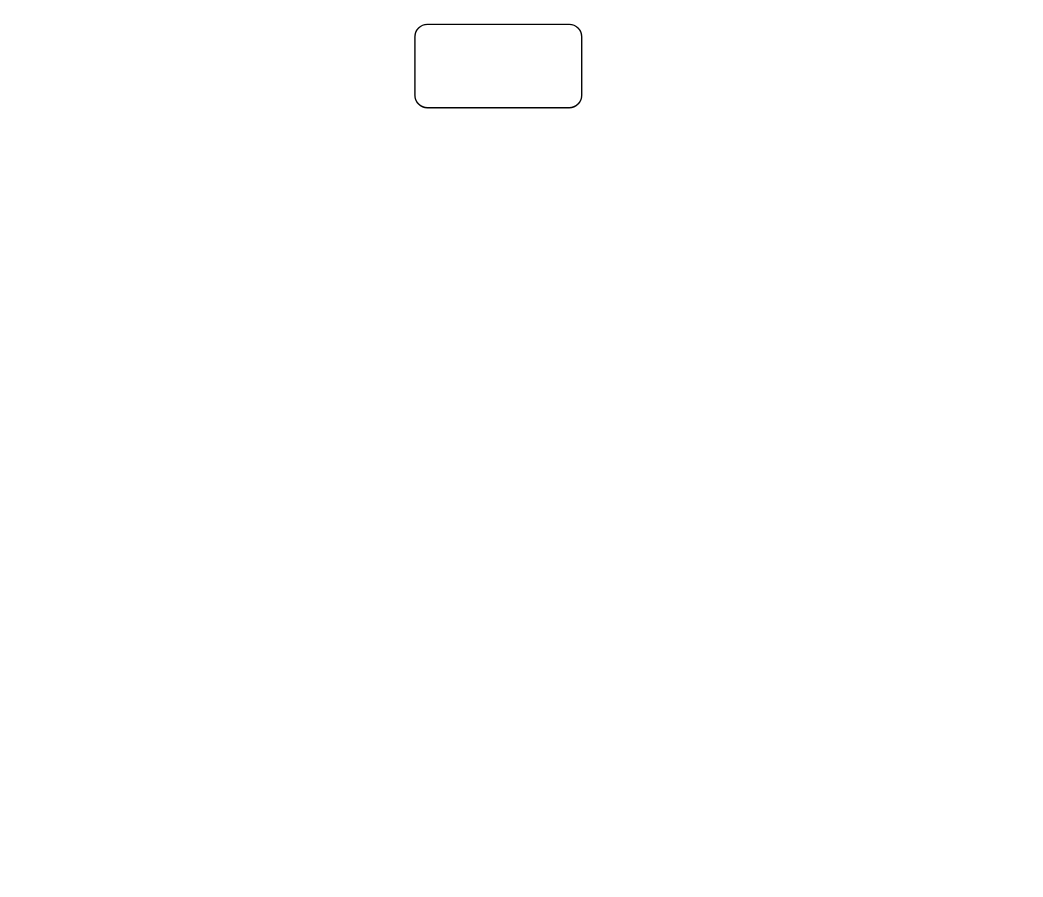
Earlier version of the draw.io diagram Design Scrap/Untitled Diagram.drawio (HarunaIppai/HarunaIppai.github.io). Source tidied: cells renumbered, new cells numbered last; positions are measured from the earlier drawing's top-left corner, leaving out a move shared by most shapes. Both pictures are drawn from the tidied source at 139%, with x=0, y=0 at pixel (414, 24).
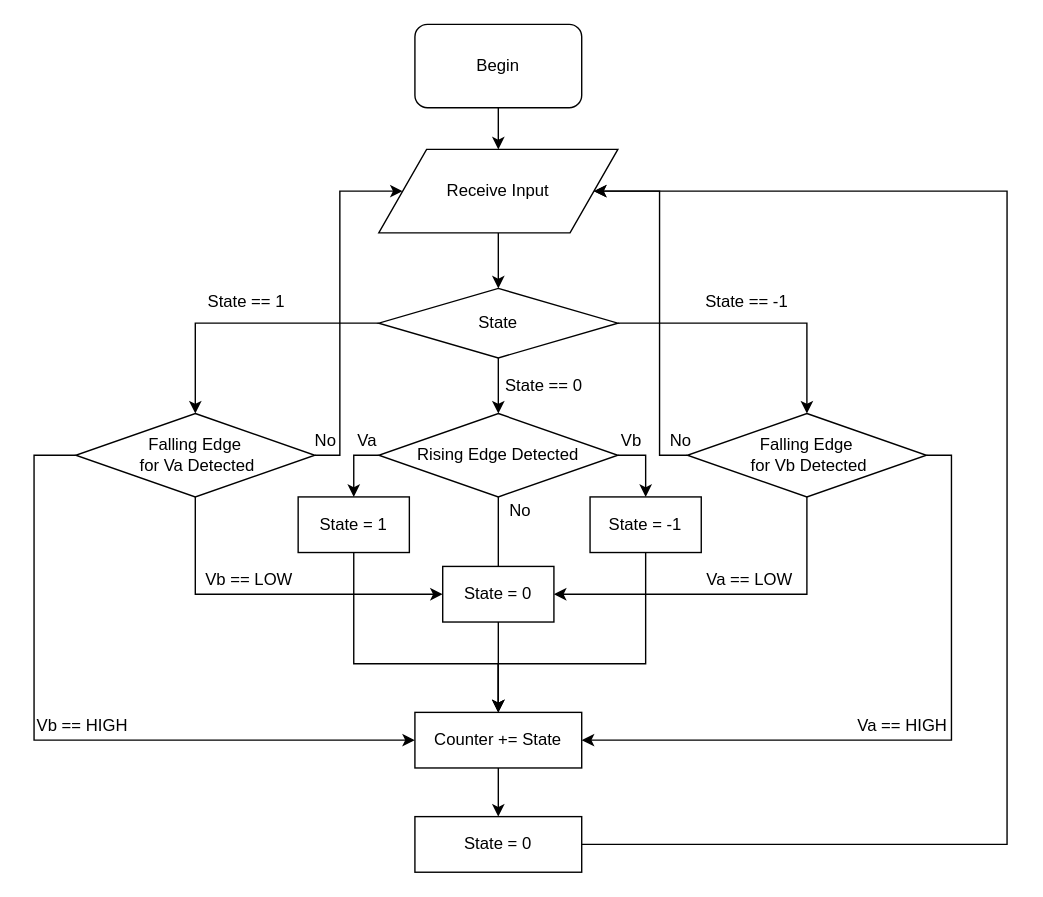
After the change.

What changed in the source:
```diff
@@
+    <mxCell id="3" style="edgeStyle=orthogonalEdgeStyle;rounded=0;jettySize=auto;html=1;" parent="1" edge="1" source="2" target="5">
+      <mxGeometry relative="1" as="geometry" />
+    </mxCell>
-    <mxCell id="2" style="rounded=1;whiteSpace=wrap;html=1;" parent="1" vertex="1">
+    <mxCell id="2" value="Begin" style="rounded=1;whiteSpace=wrap;html=1;" parent="1" vertex="1">
       <mxGeometry width="120" height="60" as="geometry" />
     </mxCell>
+    <mxCell id="4" style="edgeStyle=orthogonalEdgeStyle;rounded=0;jettySize=auto;html=1;entryX=0.5;entryY=0;entryDx=0;entryDy=0;" parent="1" edge="1" source="5" target="17">
+      <mxGeometry relative="1" as="geometry" />
+    </mxCell>
+    <mxCell id="5" value="Receive Input" style="shape=parallelogram;perimeter=parallelogramPerimeter;whiteSpace=wrap;html=1;" parent="1" vertex="1">
+      <mxGeometry x="-26" y="90" width="172" height="60" as="geometry" />
+    </mxCell>
+    <mxCell id="6" style="edgeStyle=orthogonalEdgeStyle;rounded=0;jettySize=auto;html=1;entryX=0;entryY=0.5;entryDx=0;entryDy=0;" parent="1" edge="1" source="9" target="32">
+      <mxGeometry relative="1" as="geometry">
+        <Array as="points">
+          <mxPoint x="-158" y="410" />
+        </Array>
+      </mxGeometry>
+    </mxCell>
+    <mxCell id="7" style="edgeStyle=orthogonalEdgeStyle;rounded=0;jettySize=auto;html=1;entryX=0;entryY=0.5;entryDx=0;entryDy=0;" parent="1" edge="1" source="9" target="34">
+      <mxGeometry relative="1" as="geometry">
+        <Array as="points">
+          <mxPoint x="-274" y="310" />
+          <mxPoint x="-274" y="515" />
+        </Array>
+      </mxGeometry>
+    </mxCell>
+    <mxCell id="8" style="edgeStyle=orthogonalEdgeStyle;rounded=0;jettySize=auto;html=1;exitX=1;exitY=0.5;exitDx=0;exitDy=0;entryX=0;entryY=0.5;entryDx=0;entryDy=0;" parent="1" edge="1" source="9" target="5">
+      <mxGeometry relative="1" as="geometry">
+        <Array as="points">
+          <mxPoint x="-54" y="310" />
+          <mxPoint x="-54" y="120" />
+        </Array>
+      </mxGeometry>
+    </mxCell>
+    <mxCell id="9" value="Falling Edge&lt;br&gt;&amp;nbsp;for Va Detected" style="rhombus;whiteSpace=wrap;html=1;" parent="1" vertex="1">
+      <mxGeometry x="-244" y="280" width="172" height="60" as="geometry" />
+    </mxCell>
+    <mxCell id="10" style="edgeStyle=orthogonalEdgeStyle;rounded=0;jettySize=auto;html=1;entryX=1;entryY=0.5;entryDx=0;entryDy=0;exitX=0.5;exitY=1;exitDx=0;exitDy=0;" parent="1" edge="1" source="13" target="32">
+      <mxGeometry relative="1" as="geometry">
+        <Array as="points">
+          <mxPoint x="282" y="410" />
+        </Array>
+      </mxGeometry>
+    </mxCell>
+    <mxCell id="11" style="edgeStyle=orthogonalEdgeStyle;rounded=0;jettySize=auto;html=1;entryX=1;entryY=0.5;entryDx=0;entryDy=0;" parent="1" edge="1" source="13" target="34">
+      <mxGeometry relative="1" as="geometry">
+        <Array as="points">
+          <mxPoint x="386" y="310" />
+          <mxPoint x="386" y="515" />
+        </Array>
+      </mxGeometry>
+    </mxCell>
+    <mxCell id="12" style="edgeStyle=orthogonalEdgeStyle;rounded=0;jettySize=auto;html=1;exitX=0;exitY=0.5;exitDx=0;exitDy=0;entryX=1;entryY=0.5;entryDx=0;entryDy=0;" parent="1" edge="1" source="13" target="5">
+      <mxGeometry relative="1" as="geometry">
+        <Array as="points">
+          <mxPoint x="176" y="310" />
+          <mxPoint x="176" y="120" />
+        </Array>
+      </mxGeometry>
+    </mxCell>
+    <mxCell id="13" value="Falling Edge&lt;br&gt;&amp;nbsp;for Vb Detected" style="rhombus;whiteSpace=wrap;html=1;" parent="1" vertex="1">
+      <mxGeometry x="196" y="280" width="172" height="60" as="geometry" />
+    </mxCell>
+    <mxCell id="14" style="edgeStyle=orthogonalEdgeStyle;rounded=0;jettySize=auto;html=1;entryX=0.5;entryY=0;entryDx=0;entryDy=0;" parent="1" edge="1" source="17" target="21">
+      <mxGeometry relative="1" as="geometry" />
+    </mxCell>
+    <mxCell id="15" style="edgeStyle=orthogonalEdgeStyle;rounded=0;jettySize=auto;html=1;entryX=0.5;entryY=0;entryDx=0;entryDy=0;" parent="1" edge="1" source="17" target="9">
+      <mxGeometry relative="1" as="geometry" />
+    </mxCell>
+    <mxCell id="16" style="edgeStyle=orthogonalEdgeStyle;rounded=0;jettySize=auto;html=1;entryX=0.5;entryY=0;entryDx=0;entryDy=0;" parent="1" edge="1" source="17" target="13">
+      <mxGeometry relative="1" as="geometry" />
+    </mxCell>
+    <mxCell id="17" value="State" style="rhombus;whiteSpace=wrap;html=1;" parent="1" vertex="1">
+      <mxGeometry x="-26" y="190" width="172" height="50" as="geometry" />
+    </mxCell>
+    <mxCell id="18" style="edgeStyle=orthogonalEdgeStyle;rounded=0;jettySize=auto;html=1;entryX=0.5;entryY=0;entryDx=0;entryDy=0;exitX=0;exitY=0.5;exitDx=0;exitDy=0;" parent="1" edge="1" source="21" target="28">
+      <mxGeometry relative="1" as="geometry" />
+    </mxCell>
+    <mxCell id="19" style="edgeStyle=orthogonalEdgeStyle;rounded=0;jettySize=auto;html=1;entryX=0.5;entryY=0;entryDx=0;entryDy=0;exitX=1;exitY=0.5;exitDx=0;exitDy=0;" parent="1" edge="1" source="21" target="30">
+      <mxGeometry relative="1" as="geometry" />
+    </mxCell>
+    <mxCell id="20" style="edgeStyle=orthogonalEdgeStyle;rounded=0;jettySize=auto;html=1;" parent="1" edge="1" source="21">
+      <mxGeometry relative="1" as="geometry">
+        <mxPoint x="60" y="410" as="targetPoint" />
+      </mxGeometry>
+    </mxCell>
+    <mxCell id="21" value="Rising Edge Detected" style="rhombus;whiteSpace=wrap;html=1;" parent="1" vertex="1">
+      <mxGeometry x="-26" y="280" width="172" height="60" as="geometry" />
+    </mxCell>
+    <mxCell id="22" value="State == 0" style="text;html=1;strokeColor=none;fillColor=none;align=center;verticalAlign=middle;whiteSpace=wrap;rounded=0;" parent="1" vertex="1">
+      <mxGeometry x="60" y="250" width="66" height="20" as="geometry" />
+    </mxCell>
+    <mxCell id="23" value="State == 1" style="text;html=1;strokeColor=none;fillColor=none;align=center;verticalAlign=middle;whiteSpace=wrap;rounded=0;" parent="1" vertex="1">
+      <mxGeometry x="-154" y="190" width="66" height="20" as="geometry" />
+    </mxCell>
+    <mxCell id="24" value="State == -1" style="text;html=1;strokeColor=none;fillColor=none;align=center;verticalAlign=middle;whiteSpace=wrap;rounded=0;" parent="1" vertex="1">
+      <mxGeometry x="206" y="190" width="66" height="20" as="geometry" />
+    </mxCell>
+    <mxCell id="25" value="Va" style="text;html=1;strokeColor=none;fillColor=none;align=center;verticalAlign=middle;whiteSpace=wrap;rounded=0;" parent="1" vertex="1">
+      <mxGeometry x="-54" y="290" width="40" height="20" as="geometry" />
+    </mxCell>
+    <mxCell id="26" value="Vb" style="text;html=1;strokeColor=none;fillColor=none;align=center;verticalAlign=middle;whiteSpace=wrap;rounded=0;" parent="1" vertex="1">
+      <mxGeometry x="136" y="290" width="40" height="20" as="geometry" />
+    </mxCell>
+    <mxCell id="27" style="edgeStyle=orthogonalEdgeStyle;rounded=0;jettySize=auto;html=1;exitX=0.5;exitY=1;exitDx=0;exitDy=0;entryX=0.5;entryY=0;entryDx=0;entryDy=0;" parent="1" edge="1" source="28" target="34">
+      <mxGeometry relative="1" as="geometry">
+        <Array as="points">
+          <mxPoint x="-44" y="460" />
+          <mxPoint x="60" y="460" />
+        </Array>
+      </mxGeometry>
+    </mxCell>
+    <mxCell id="28" value="State = 1" style="rounded=0;whiteSpace=wrap;html=1;" parent="1" vertex="1">
+      <mxGeometry x="-84" y="340" width="80" height="40" as="geometry" />
+    </mxCell>
+    <mxCell id="29" style="edgeStyle=orthogonalEdgeStyle;rounded=0;jettySize=auto;html=1;entryX=0.5;entryY=0;entryDx=0;entryDy=0;" parent="1" edge="1" source="30" target="34">
+      <mxGeometry relative="1" as="geometry">
+        <Array as="points">
+          <mxPoint x="166" y="460" />
+          <mxPoint x="60" y="460" />
+        </Array>
+      </mxGeometry>
+    </mxCell>
+    <mxCell id="30" value="State = -1" style="rounded=0;whiteSpace=wrap;html=1;" parent="1" vertex="1">
+      <mxGeometry x="126" y="340" width="80" height="40" as="geometry" />
+    </mxCell>
+    <mxCell id="31" style="edgeStyle=orthogonalEdgeStyle;rounded=0;jettySize=auto;html=1;" parent="1" edge="1" source="32" target="34">
+      <mxGeometry relative="1" as="geometry" />
+    </mxCell>
+    <mxCell id="32" value="State = 0" style="rounded=0;whiteSpace=wrap;html=1;" parent="1" vertex="1">
+      <mxGeometry x="20" y="390" width="80" height="40" as="geometry" />
+    </mxCell>
+    <mxCell id="33" style="edgeStyle=orthogonalEdgeStyle;rounded=0;jettySize=auto;html=1;entryX=0.5;entryY=0;entryDx=0;entryDy=0;" parent="1" edge="1" source="34" target="43">
+      <mxGeometry relative="1" as="geometry" />
+    </mxCell>
+    <mxCell id="34" value="Counter += State" style="rounded=0;whiteSpace=wrap;html=1;" parent="1" vertex="1">
+      <mxGeometry y="495" width="120" height="40" as="geometry" />
+    </mxCell>
+    <mxCell id="35" value="Vb == LOW" style="text;html=1;strokeColor=none;fillColor=none;align=center;verticalAlign=middle;whiteSpace=wrap;rounded=0;" parent="1" vertex="1">
+      <mxGeometry x="-154" y="390" width="70" height="20" as="geometry" />
+    </mxCell>
+    <mxCell id="36" value="Va == LOW" style="text;html=1;strokeColor=none;fillColor=none;align=center;verticalAlign=middle;whiteSpace=wrap;rounded=0;" parent="1" vertex="1">
+      <mxGeometry x="206" y="390" width="70" height="20" as="geometry" />
+    </mxCell>
+    <mxCell id="37" value="No" style="text;html=1;strokeColor=none;fillColor=none;align=center;verticalAlign=middle;whiteSpace=wrap;rounded=0;" parent="1" vertex="1">
+      <mxGeometry x="56" y="340" width="40" height="20" as="geometry" />
+    </mxCell>
+    <mxCell id="38" value="No" style="text;html=1;strokeColor=none;fillColor=none;align=center;verticalAlign=middle;whiteSpace=wrap;rounded=0;" parent="1" vertex="1">
+      <mxGeometry x="-84" y="290" width="40" height="20" as="geometry" />
+    </mxCell>
+    <mxCell id="39" value="No" style="text;html=1;strokeColor=none;fillColor=none;align=center;verticalAlign=middle;whiteSpace=wrap;rounded=0;" parent="1" vertex="1">
+      <mxGeometry x="176" y="290" width="31" height="20" as="geometry" />
+    </mxCell>
+    <mxCell id="40" value="Vb == HIGH" style="text;html=1;strokeColor=none;fillColor=none;align=center;verticalAlign=middle;whiteSpace=wrap;rounded=0;" parent="1" vertex="1">
+      <mxGeometry x="-274" y="495" width="70" height="20" as="geometry" />
+    </mxCell>
+    <mxCell id="41" value="Va == HIGH" style="text;html=1;strokeColor=none;fillColor=none;align=center;verticalAlign=middle;whiteSpace=wrap;rounded=0;" parent="1" vertex="1">
+      <mxGeometry x="316" y="495" width="70" height="20" as="geometry" />
+    </mxCell>
+    <mxCell id="42" style="edgeStyle=orthogonalEdgeStyle;rounded=0;jettySize=auto;html=1;entryX=1;entryY=0.5;entryDx=0;entryDy=0;" parent="1" edge="1" source="43" target="5">
+      <mxGeometry relative="1" as="geometry">
+        <Array as="points">
+          <mxPoint x="426" y="590" />
+          <mxPoint x="426" y="120" />
+        </Array>
+      </mxGeometry>
+    </mxCell>
+    <mxCell id="43" value="State = 0" style="rounded=0;whiteSpace=wrap;html=1;" parent="1" vertex="1">
+      <mxGeometry y="570" width="120" height="40" as="geometry" />
+    </mxCell>
```
